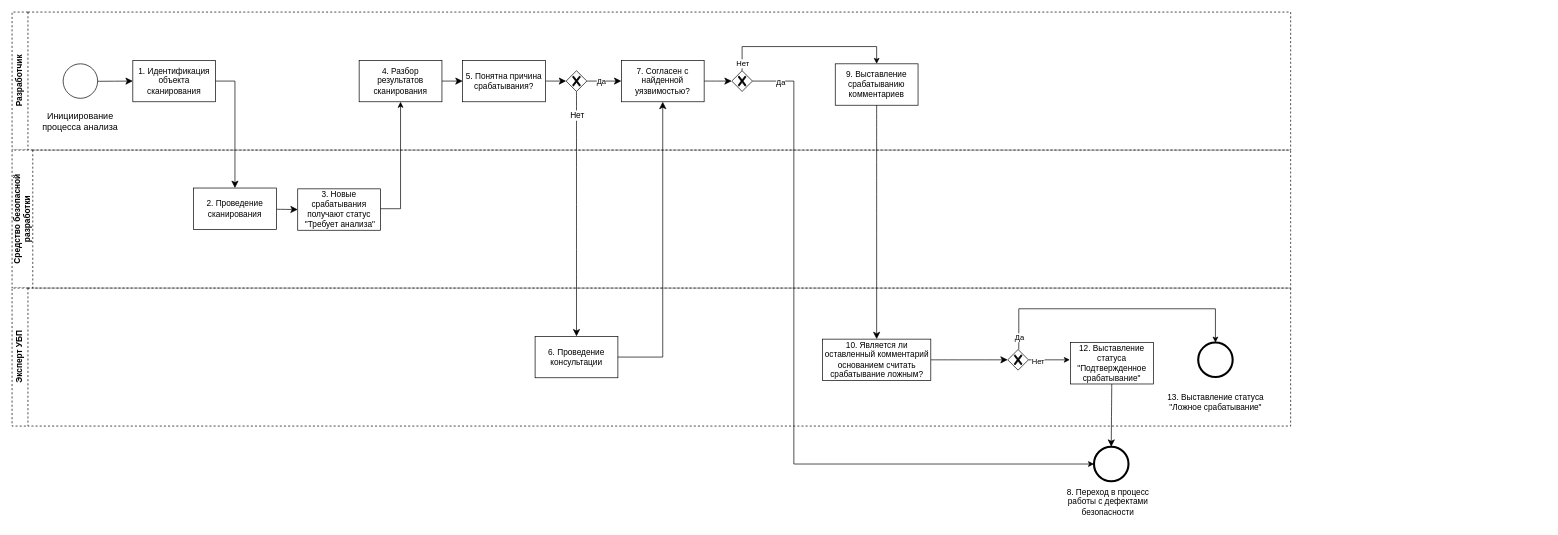
Before: page "Анализ" (2 of 4) of Alfa.drawio in GoluzinaD/Python, a draw.io diagram. Source tidied: cells renumbered, new cells numbered last; positions are measured from the earlier drawing's top-left corner, leaving out a move shared by most shapes. Both pictures are drawn from the tidied source at 69%, with x=0, y=0 at pixel (12, 12).
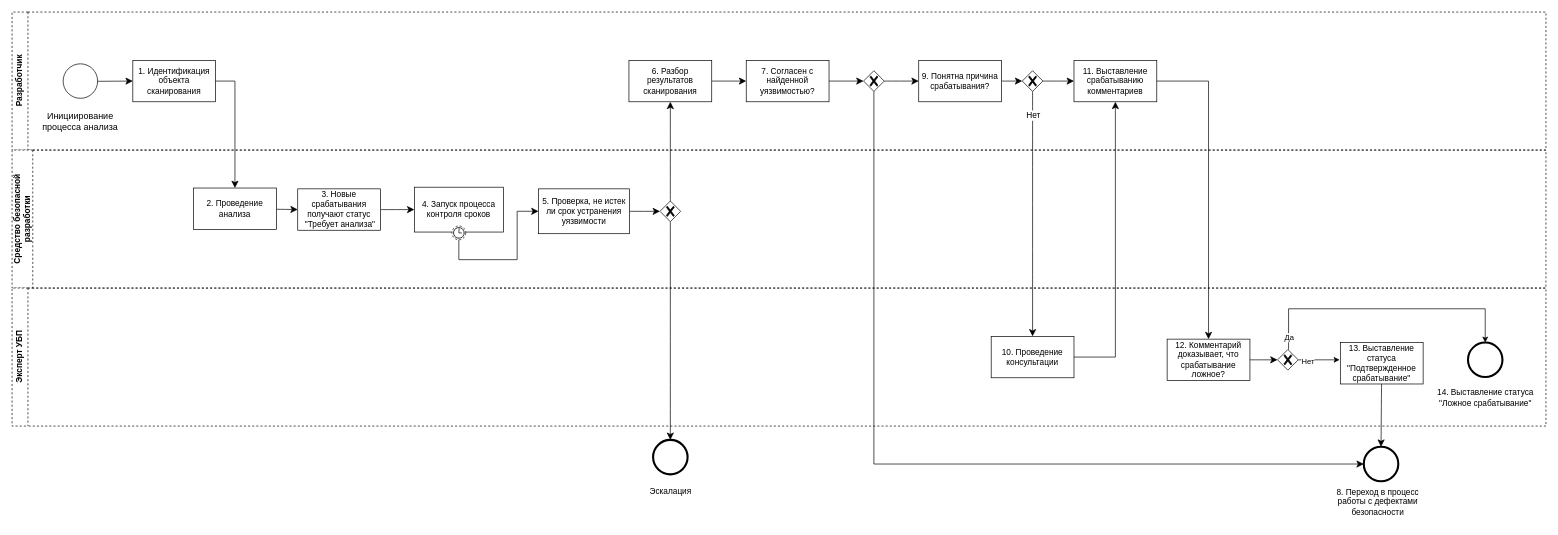
The same diagram, later.

Unchanged cells that the change refers to:
```xml
<mxCell id="22" value="3. Новые срабатывания получают статус&lt;br&gt;&amp;nbsp;&quot;Требует анализа&quot;" style="rounded=0;whiteSpace=wrap;html=1;" parent="21" vertex="1">
  <mxGeometry x="414" y="56.2" width="120" height="60" as="geometry" />
</mxCell>
```

What changed in the source:
```diff
@@
     <mxCell id="2" value="8. Переход в процесс &lt;br&gt;работы с дефектами&lt;br&gt;&amp;nbsp;безопасности&amp;nbsp;" style="text;html=1;align=center;verticalAlign=middle;strokeColor=none;fillColor=none;" parent="1" vertex="1">
-      <mxGeometry x="1518" y="680" width="140" height="60" as="geometry" />
+      <mxGeometry x="1909" y="680" width="140" height="60" as="geometry" />
     </mxCell>
     <mxCell id="3" value="Разработчик" style="swimlane;horizontal=0;whiteSpace=wrap;html=1;dashed=1;" parent="1" vertex="1">
-      <mxGeometry width="1853" height="200" as="geometry" />
+      <mxGeometry width="2223" height="200" as="geometry" />
     </mxCell>
@@
-    <mxCell id="5" style="edgeStyle=none;curved=1;rounded=0;jettySize=auto;html=1;entryX=0;entryY=0.5;entryDx=0;entryDy=0;fontSize=12;startSize=8;endSize=8;" parent="3" edge="1" source="6" target="17">
-      <mxGeometry relative="1" as="geometry" />
-    </mxCell>
+    <mxCell id="49" style="edgeStyle=none;curved=1;rounded=0;jettySize=auto;html=1;entryX=0;entryY=0.5;entryDx=0;entryDy=0;fontSize=12;startSize=8;endSize=8;" parent="3" edge="1" source="6" target="19">
+      <mxGeometry relative="1" as="geometry" />
+    </mxCell>
-    <mxCell id="6" value="4. Разбор результатов сканирования" style="rounded=0;whiteSpace=wrap;html=1;" parent="3" vertex="1">
-      <mxGeometry x="503" y="70" width="120" height="60" as="geometry" />
+    <mxCell id="6" value="6. Разбор результатов сканирования" style="rounded=0;whiteSpace=wrap;html=1;" parent="3" vertex="1">
+      <mxGeometry x="894" y="70" width="120" height="60" as="geometry" />
     </mxCell>
-    <mxCell id="7" value="9. Выставление срабатыванию комментариев" style="rounded=0;whiteSpace=wrap;html=1;" parent="3" vertex="1">
-      <mxGeometry x="1193" y="75" width="120" height="60" as="geometry" />
+    <mxCell id="7" value="11. Выставление срабатыванию комментариев" style="rounded=0;whiteSpace=wrap;html=1;" parent="3" vertex="1">
+      <mxGeometry x="1539" y="70" width="120" height="60" as="geometry" />
     </mxCell>
-    <mxCell id="8" style="edgeStyle=none;curved=1;rounded=0;jettySize=auto;html=1;entryX=0;entryY=0.5;entryDx=0;entryDy=0;fontSize=12;startSize=8;endSize=8;" parent="3" edge="1" source="9" target="19">
-      <mxGeometry relative="1" as="geometry" />
-    </mxCell>
+    <mxCell id="50" style="edgeStyle=none;curved=1;rounded=0;jettySize=auto;html=1;fontSize=12;startSize=8;endSize=8;" parent="3" edge="1" source="9" target="7">
+      <mxGeometry relative="1" as="geometry" />
+    </mxCell>
     <mxCell id="9" style="points=[[0.25,0.25,0],[0.5,0,0],[0.75,0.25,0],[1,0.5,0],[0.75,0.75,0],[0.5,1,0],[0.25,0.75,0],[0,0.5,0]];shape=mxgraph.bpmn.gateway2;html=1;verticalLabelPosition=bottom;labelBackgroundColor=#ffffff;verticalAlign=top;align=center;perimeter=rhombusPerimeter;outlineConnect=0;outline=none;symbol=none;gwType=exclusive;" parent="3" vertex="1">
-      <mxGeometry x="803" y="85" width="30" height="30" as="geometry" />
+      <mxGeometry x="1464" y="85" width="30" height="30" as="geometry" />
     </mxCell>
-    <mxCell id="10" style="edgeStyle=orthogonalEdgeStyle;rounded=0;jettySize=auto;html=1;entryX=0.5;entryY=0;entryDx=0;entryDy=0;" parent="3" edge="1" source="12" target="7">
-      <mxGeometry relative="1" as="geometry">
-        <Array as="points">
-          <mxPoint x="1058" y="50" />
-          <mxPoint x="1253" y="50" />
-        </Array>
-      </mxGeometry>
-    </mxCell>
-    <mxCell id="11" value="Нет" style="edgeLabel;html=1;align=center;verticalAlign=middle;" parent="10" vertex="1">
-      <mxGeometry x="-0.91" relative="1" as="geometry" />
-    </mxCell>
+    <mxCell id="51" style="edgeStyle=none;curved=1;rounded=0;jettySize=auto;html=1;entryX=0;entryY=0.5;entryDx=0;entryDy=0;fontSize=12;startSize=8;endSize=8;" parent="3" edge="1" source="12" target="17">
+      <mxGeometry relative="1" as="geometry" />
+    </mxCell>
     <mxCell id="12" style="points=[[0.25,0.25,0],[0.5,0,0],[0.75,0.25,0],[1,0.5,0],[0.75,0.75,0],[0.5,1,0],[0.25,0.75,0],[0,0.5,0]];shape=mxgraph.bpmn.gateway2;html=1;verticalLabelPosition=bottom;labelBackgroundColor=#ffffff;verticalAlign=top;align=center;perimeter=rhombusPerimeter;outlineConnect=0;outline=none;symbol=none;gwType=exclusive;" parent="3" vertex="1">
-      <mxGeometry x="1043" y="85" width="30" height="30" as="geometry" />
+      <mxGeometry x="1234" y="85" width="30" height="30" as="geometry" />
     </mxCell>
@@
-    <mxCell id="17" value="5. Понятна причина срабатывания?" style="rounded=0;whiteSpace=wrap;html=1;" parent="3" vertex="1">
-      <mxGeometry x="653" y="70" width="120" height="60" as="geometry" />
+    <mxCell id="17" value="9. Понятна причина срабатывания?" style="rounded=0;whiteSpace=wrap;html=1;" parent="3" vertex="1">
+      <mxGeometry x="1314" y="70" width="120" height="60" as="geometry" />
     </mxCell>
+    <mxCell id="20" style="edgeStyle=none;curved=1;rounded=0;orthogonalLoop=1;jettySize=auto;html=1;entryX=0.5;entryY=1;entryDx=0;entryDy=0;fontSize=12;startSize=8;endSize=8;" parent="3" edge="1">
+      <mxGeometry relative="1" as="geometry">
+        <mxPoint x="1574" y="110" as="sourcePoint" />
+        <mxPoint x="1574" y="110" as="targetPoint" />
+      </mxGeometry>
+    </mxCell>
@@
     <mxCell id="19" value="7. Согласен с найденной уязвимостью?" style="rounded=0;whiteSpace=wrap;html=1;" parent="3" vertex="1">
-      <mxGeometry x="883" y="70" width="120" height="60" as="geometry" />
+      <mxGeometry x="1064" y="70" width="120" height="60" as="geometry" />
     </mxCell>
-    <mxCell id="20" style="edgeStyle=none;curved=1;rounded=0;orthogonalLoop=1;jettySize=auto;html=1;entryX=0.5;entryY=1;entryDx=0;entryDy=0;fontSize=12;startSize=8;endSize=8;" parent="3" edge="1">
-      <mxGeometry relative="1" as="geometry">
-        <mxPoint x="1293" y="130" as="sourcePoint" />
-        <mxPoint x="1293" y="130" as="targetPoint" />
-      </mxGeometry>
-    </mxCell>
     <mxCell id="21" value="Средство безопасной разработки" style="swimlane;horizontal=0;whiteSpace=wrap;html=1;startSize=30;dashed=1;" parent="1" vertex="1">
-      <mxGeometry y="200" width="1853" height="200" as="geometry" />
+      <mxGeometry y="200" width="2223" height="200" as="geometry" />
     </mxCell>
+    <mxCell id="52" style="edgeStyle=none;curved=1;rounded=0;jettySize=auto;html=1;entryX=0;entryY=0.5;entryDx=0;entryDy=0;fontSize=12;startSize=8;endSize=8;" parent="21" edge="1" source="22" target="53">
+      <mxGeometry relative="1" as="geometry" />
+    </mxCell>
@@
-    <mxCell id="24" value="2. Проведение сканирования" style="rounded=0;whiteSpace=wrap;html=1;" parent="21" vertex="1">
+    <mxCell id="24" value="2. Проведение анализа" style="rounded=0;whiteSpace=wrap;html=1;" parent="21" vertex="1">
       <mxGeometry x="263" y="55" width="120" height="60" as="geometry" />
     </mxCell>
+    <mxCell id="53" value="4. Запуск процесса контроля сроков" style="rounded=0;whiteSpace=wrap;html=1;fontSize=12;" parent="21" vertex="1">
+      <mxGeometry x="583" y="53.8" width="129" height="65" as="geometry" />
+    </mxCell>
+    <mxCell id="54" style="points=[[0.145,0.145,0],[0.5,0,0],[0.855,0.145,0],[1,0.5,0],[0.855,0.855,0],[0.5,1,0],[0.145,0.855,0],[0,0.5,0]];shape=mxgraph.bpmn.event;html=1;verticalLabelPosition=bottom;labelBackgroundColor=#ffffff;verticalAlign=top;align=center;perimeter=ellipsePerimeter;outlineConnect=0;outline=eventNonint;symbol=timer;fontSize=16;" parent="21" vertex="1">
+      <mxGeometry x="637.5" y="110" width="20" height="20" as="geometry" />
+    </mxCell>
+    <mxCell id="55" style="edgeStyle=none;curved=1;rounded=0;jettySize=auto;html=1;fontSize=12;startSize=8;endSize=8;entryX=0;entryY=0.5;entryDx=0;entryDy=0;entryPerimeter=0;" parent="21" edge="1" source="56" target="58">
+      <mxGeometry relative="1" as="geometry" />
+    </mxCell>
+    <mxCell id="56" value="5. Проверка, не истек ли срок устранения уязвимости" style="rounded=0;whiteSpace=wrap;html=1;fontSize=12;" parent="21" vertex="1">
+      <mxGeometry x="763" y="56.2" width="132" height="65" as="geometry" />
+    </mxCell>
+    <mxCell id="57" style="edgeStyle=orthogonalEdgeStyle;rounded=0;jettySize=auto;html=1;entryX=0;entryY=0.5;entryDx=0;entryDy=0;fontSize=12;startSize=8;endSize=8;" parent="21" edge="1" source="54" target="56">
+      <mxGeometry relative="1" as="geometry">
+        <Array as="points">
+          <mxPoint x="647" y="158.8" />
+          <mxPoint x="732" y="158.8" />
+          <mxPoint x="732" y="88.8" />
+        </Array>
+      </mxGeometry>
+    </mxCell>
+    <mxCell id="58" style="points=[[0.25,0.25,0],[0.5,0,0],[0.75,0.25,0],[1,0.5,0],[0.75,0.75,0],[0.5,1,0],[0.25,0.75,0],[0,0.5,0]];shape=mxgraph.bpmn.gateway2;html=1;verticalLabelPosition=bottom;labelBackgroundColor=#ffffff;verticalAlign=top;align=center;perimeter=rhombusPerimeter;outlineConnect=0;outline=none;symbol=none;gwType=exclusive;" parent="21" vertex="1">
+      <mxGeometry x="939" y="73.8" width="30" height="30" as="geometry" />
+    </mxCell>
     <mxCell id="25" value="Эксперт УБП" style="swimlane;horizontal=0;whiteSpace=wrap;html=1;dashed=1;" parent="1" vertex="1">
-      <mxGeometry y="400" width="1853" height="200" as="geometry" />
+      <mxGeometry y="400" width="2223" height="200" as="geometry" />
     </mxCell>
-    <mxCell id="26" value="6. Проведение консультации" style="rounded=0;whiteSpace=wrap;html=1;" parent="25" vertex="1">
-      <mxGeometry x="758" y="70" width="120" height="60" as="geometry" />
+    <mxCell id="26" value="10. Проведение консультации" style="rounded=0;whiteSpace=wrap;html=1;" parent="25" vertex="1">
+      <mxGeometry x="1419" y="70" width="120" height="60" as="geometry" />
     </mxCell>
     <mxCell id="27" style="edgeStyle=orthogonalEdgeStyle;rounded=0;jettySize=auto;html=1;entryX=0;entryY=0.5;entryDx=0;entryDy=0;" parent="25" edge="1" source="31">
       <mxGeometry relative="1" as="geometry">
-        <mxPoint x="1533" y="104" as="targetPoint" />
+        <mxPoint x="1924" y="104" as="targetPoint" />
         <Array as="points">
-          <mxPoint x="1493" y="104" />
-          <mxPoint x="1493" y="104" />
+          <mxPoint x="1884" y="104" />
+          <mxPoint x="1884" y="104" />
         </Array>
       </mxGeometry>
     </mxCell>
@@
     <mxCell id="29" style="edgeStyle=orthogonalEdgeStyle;rounded=0;jettySize=auto;html=1;entryX=0.5;entryY=0;entryDx=0;entryDy=0;entryPerimeter=0;" parent="25" edge="1" target="36">
       <mxGeometry relative="1" as="geometry">
-        <mxPoint x="1459" y="89" as="sourcePoint" />
+        <mxPoint x="1850" y="89" as="sourcePoint" />
         <Array as="points">
-          <mxPoint x="1459" y="30" />
-          <mxPoint x="1744" y="30" />
+          <mxPoint x="1850" y="30" />
+          <mxPoint x="2135" y="30" />
         </Array>
       </mxGeometry>
     </mxCell>
@@
     <mxCell id="31" style="points=[[0.25,0.25,0],[0.5,0,0],[0.75,0.25,0],[1,0.5,0],[0.75,0.75,0],[0.5,1,0],[0.25,0.75,0],[0,0.5,0]];shape=mxgraph.bpmn.gateway2;html=1;verticalLabelPosition=bottom;labelBackgroundColor=#ffffff;verticalAlign=top;align=center;perimeter=rhombusPerimeter;outlineConnect=0;outline=none;symbol=none;gwType=exclusive;" parent="25" vertex="1">
-      <mxGeometry x="1443" y="89" width="30" height="30" as="geometry" />
+      <mxGeometry x="1834" y="89" width="30" height="30" as="geometry" />
     </mxCell>
-    <mxCell id="32" value="12. Выставление статуса &quot;Подтвержденное срабатывание&quot;" style="rounded=0;whiteSpace=wrap;html=1;" parent="25" vertex="1">
-      <mxGeometry x="1534" y="79" width="120" height="60" as="geometry" />
+    <mxCell id="32" value="13. Выставление статуса &quot;Подтвержденное срабатывание&quot;" style="rounded=0;whiteSpace=wrap;html=1;" parent="25" vertex="1">
+      <mxGeometry x="1925" y="79" width="120" height="60" as="geometry" />
     </mxCell>
-    <mxCell id="33" style="edgeStyle=none;curved=1;rounded=0;jettySize=auto;html=1;entryX=0;entryY=0.5;entryDx=0;entryDy=0;entryPerimeter=0;fontSize=12;startSize=8;endSize=8;" parent="25" edge="1" source="34" target="31">
-      <mxGeometry relative="1" as="geometry" />
-    </mxCell>
-    <mxCell id="34" value="10. Является ли&lt;br style=&quot;border-color: var(--border-color);&quot;&gt;&lt;span style=&quot;&quot;&gt;оставленный комментарий&lt;/span&gt;&lt;br style=&quot;border-color: var(--border-color);&quot;&gt;&lt;span style=&quot;&quot;&gt;основанием считать&lt;/span&gt;&lt;br style=&quot;border-color: var(--border-color);&quot;&gt;&lt;span style=&quot;&quot;&gt;срабатывание ложным?&lt;/span&gt;" style="rounded=0;whiteSpace=wrap;html=1;" parent="25" vertex="1">
-      <mxGeometry x="1174.5" y="74" width="157" height="60" as="geometry" />
-    </mxCell>
-    <mxCell id="35" style="edgeStyle=none;curved=1;rounded=0;orthogonalLoop=1;jettySize=auto;html=1;exitX=0.25;exitY=0;exitDx=0;exitDy=0;fontSize=12;startSize=8;endSize=8;" parent="25" edge="1" source="34" target="34">
-      <mxGeometry relative="1" as="geometry" />
+    <mxCell id="35" style="edgeStyle=none;curved=1;rounded=0;orthogonalLoop=1;jettySize=auto;html=1;exitX=0.25;exitY=0;exitDx=0;exitDy=0;fontSize=12;startSize=8;endSize=8;" parent="25" edge="1">
+      <mxGeometry relative="1" as="geometry">
+        <mxPoint x="1344.8" y="69" as="sourcePoint" />
+        <mxPoint x="1344.8" y="69" as="targetPoint" />
+      </mxGeometry>
     </mxCell>
     <mxCell id="36" style="points=[[0.145,0.145,0],[0.5,0,0],[0.855,0.145,0],[1,0.5,0],[0.855,0.855,0],[0.5,1,0],[0.145,0.855,0],[0,0.5,0]];shape=mxgraph.bpmn.event;html=1;verticalLabelPosition=bottom;labelBackgroundColor=#ffffff;verticalAlign=top;align=center;perimeter=ellipsePerimeter;outlineConnect=0;outline=end;symbol=terminate2;fontSize=16;" parent="25" vertex="1">
-      <mxGeometry x="1719" y="79" width="50" height="50" as="geometry" />
+      <mxGeometry x="2110" y="79" width="50" height="50" as="geometry" />
     </mxCell>
-    <mxCell id="37" value="13. Выставление статуса &lt;br style=&quot;font-size: 12px;&quot;&gt;&quot;Ложное срабатывание&quot;" style="text;html=1;align=center;verticalAlign=middle;strokeColor=none;fillColor=none;fontSize=12;" parent="25" vertex="1">
-      <mxGeometry x="1664" y="145" width="160" height="40" as="geometry" />
+    <mxCell id="37" value="14. Выставление статуса &lt;br style=&quot;font-size: 12px;&quot;&gt;&quot;Ложное срабатывание&quot;" style="text;html=1;align=center;verticalAlign=middle;strokeColor=none;fillColor=none;fontSize=12;" parent="25" vertex="1">
+      <mxGeometry x="2055" y="139" width="160" height="40" as="geometry" />
     </mxCell>
-    <mxCell id="38" style="edgeStyle=orthogonalEdgeStyle;rounded=0;jettySize=auto;html=1;entryX=0.5;entryY=1;entryDx=0;entryDy=0;" parent="1" edge="1" source="22" target="6">
-      <mxGeometry relative="1" as="geometry">
-        <Array as="points">
-          <mxPoint x="563" y="285" />
-          <mxPoint x="563" y="130" />
-        </Array>
-      </mxGeometry>
-    </mxCell>
+    <mxCell id="59" style="edgeStyle=none;curved=1;rounded=0;jettySize=auto;html=1;entryX=0;entryY=0.5;entryDx=0;entryDy=0;entryPerimeter=0;fontSize=12;startSize=8;endSize=8;" parent="25" edge="1" source="60" target="31">
+      <mxGeometry relative="1" as="geometry" />
+    </mxCell>
+    <mxCell id="60" value="12. Комментарий доказывает, что срабатывание ложное?" style="rounded=0;whiteSpace=wrap;html=1;" parent="25" vertex="1">
+      <mxGeometry x="1674" y="74" width="120" height="60" as="geometry" />
+    </mxCell>
@@
-    <mxCell id="42" style="edgeStyle=orthogonalEdgeStyle;rounded=0;jettySize=auto;html=1;entryX=0.5;entryY=1;entryDx=0;entryDy=0;fontSize=12;startSize=8;endSize=8;" parent="1" edge="1" source="26" target="19">
-      <mxGeometry relative="1" as="geometry" />
-    </mxCell>
     <mxCell id="43" style="points=[[0.145,0.145,0],[0.5,0,0],[0.855,0.145,0],[1,0.5,0],[0.855,0.855,0],[0.5,1,0],[0.145,0.855,0],[0,0.5,0]];shape=mxgraph.bpmn.event;html=1;verticalLabelPosition=bottom;labelBackgroundColor=#ffffff;verticalAlign=top;align=center;perimeter=ellipsePerimeter;outlineConnect=0;outline=end;symbol=terminate2;fontSize=16;" parent="1" vertex="1">
-      <mxGeometry x="1568" y="630" width="50" height="50" as="geometry" />
+      <mxGeometry x="1959" y="630" width="50" height="50" as="geometry" />
     </mxCell>
+    <mxCell id="48" style="edgeStyle=none;curved=1;rounded=0;jettySize=auto;html=1;entryX=0.5;entryY=0;entryDx=0;entryDy=0;entryPerimeter=0;fontSize=12;startSize=8;endSize=8;" parent="1" edge="1" source="32" target="43">
+      <mxGeometry relative="1" as="geometry" />
+    </mxCell>
+    <mxCell id="61" style="edgeStyle=orthogonalEdgeStyle;rounded=0;jettySize=auto;html=1;entryX=0.5;entryY=1;entryDx=0;entryDy=0;fontSize=12;startSize=8;endSize=8;" parent="1" edge="1" source="26" target="7">
+      <mxGeometry relative="1" as="geometry">
+        <Array as="points">
+          <mxPoint x="1599" y="500" />
+        </Array>
+      </mxGeometry>
+    </mxCell>
-    <mxCell id="44" style="edgeStyle=orthogonalEdgeStyle;rounded=0;jettySize=auto;html=1;entryX=0;entryY=0.5;entryDx=0;entryDy=0;entryPerimeter=0;" parent="1" edge="1" source="12" target="43">
+    <mxCell id="44" style="edgeStyle=orthogonalEdgeStyle;rounded=0;jettySize=auto;html=1;fontSize=12;startSize=8;endSize=8;entryX=0;entryY=0.5;entryDx=0;entryDy=0;entryPerimeter=0;" parent="1" edge="1" source="12" target="43">
       <mxGeometry relative="1" as="geometry">
         <Array as="points">
-          <mxPoint x="1133" y="100" />
-          <mxPoint x="1133" y="655" />
+          <mxPoint x="1249" y="655" />
         </Array>
       </mxGeometry>
     </mxCell>
-    <mxCell id="45" value="Да" style="edgeLabel;html=1;align=center;verticalAlign=middle;" parent="44" vertex="1">
-      <mxGeometry x="-0.52" y="-1" relative="1" as="geometry">
-        <mxPoint x="-19" y="-191" as="offset" />
-      </mxGeometry>
-    </mxCell>
-    <mxCell id="46" value="Да" style="edgeLabel;html=1;align=center;verticalAlign=middle;" parent="1" vertex="1">
-      <mxGeometry x="1123" y="110.2" as="geometry">
-        <mxPoint x="-270" y="-10" as="offset" />
-      </mxGeometry>
-    </mxCell>
-    <mxCell id="47" style="edgeStyle=none;curved=1;rounded=0;jettySize=auto;html=1;entryX=0.5;entryY=0;entryDx=0;entryDy=0;fontSize=12;startSize=8;endSize=8;" parent="1" edge="1" source="7" target="34">
-      <mxGeometry relative="1" as="geometry" />
-    </mxCell>
-    <mxCell id="48" style="edgeStyle=none;curved=1;rounded=0;jettySize=auto;html=1;entryX=0.5;entryY=0;entryDx=0;entryDy=0;entryPerimeter=0;fontSize=12;startSize=8;endSize=8;" parent="1" edge="1" source="32" target="43">
-      <mxGeometry relative="1" as="geometry" />
-    </mxCell>
+    <mxCell id="62" style="edgeStyle=orthogonalEdgeStyle;rounded=0;jettySize=auto;html=1;entryX=0.5;entryY=0;entryDx=0;entryDy=0;fontSize=12;startSize=8;endSize=8;" parent="1" edge="1" source="7" target="60">
+      <mxGeometry relative="1" as="geometry" />
+    </mxCell>
+    <mxCell id="63" style="edgeStyle=none;curved=1;rounded=0;jettySize=auto;html=1;entryX=0.5;entryY=1;entryDx=0;entryDy=0;fontSize=12;startSize=8;endSize=8;" parent="1" edge="1" source="58" target="6">
+      <mxGeometry relative="1" as="geometry" />
+    </mxCell>
+    <mxCell id="64" style="points=[[0.145,0.145,0],[0.5,0,0],[0.855,0.145,0],[1,0.5,0],[0.855,0.855,0],[0.5,1,0],[0.145,0.855,0],[0,0.5,0]];shape=mxgraph.bpmn.event;html=1;verticalLabelPosition=bottom;labelBackgroundColor=#ffffff;verticalAlign=top;align=center;perimeter=ellipsePerimeter;outlineConnect=0;outline=end;symbol=terminate2;fontSize=16;" parent="1" vertex="1">
+      <mxGeometry x="929" y="620" width="50" height="50" as="geometry" />
+    </mxCell>
+    <mxCell id="65" style="edgeStyle=none;curved=1;rounded=0;jettySize=auto;html=1;entryX=0.5;entryY=0;entryDx=0;entryDy=0;entryPerimeter=0;fontSize=12;startSize=8;endSize=8;" parent="1" edge="1" source="58" target="64">
+      <mxGeometry relative="1" as="geometry" />
+    </mxCell>
+    <mxCell id="66" value="Эскалация" style="text;html=1;align=center;verticalAlign=middle;strokeColor=none;fillColor=none;" parent="1" vertex="1">
+      <mxGeometry x="914" y="680" width="80" height="30" as="geometry" />
+    </mxCell>
```
